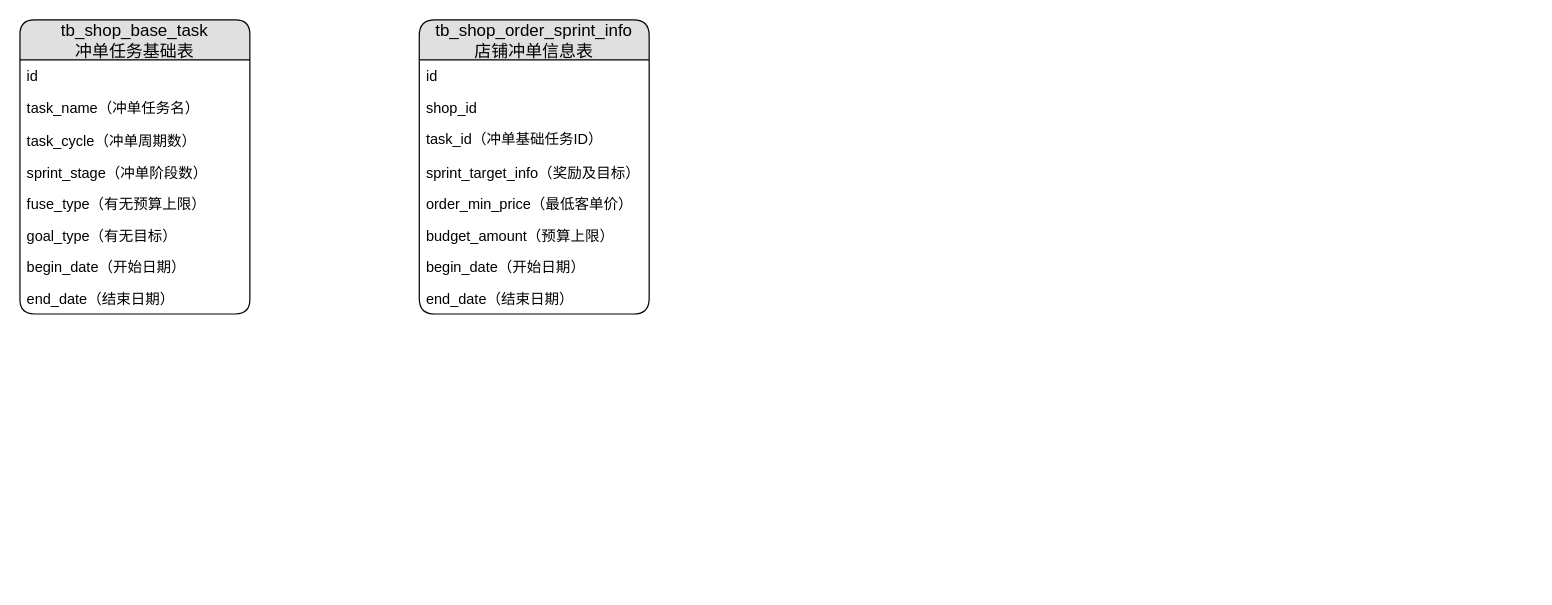
The draw.io diagram page "ER图" (5 of 5) of 疫情春保.drawio in jon-kong/draw.io, before the edit. Source tidied: cells renumbered, new cells numbered last; positions are measured from the earlier drawing's top-left corner, leaving out a move shared by most shapes. Both pictures are drawn from the tidied source at 121%, with x=0, y=0 at pixel (19, 19).
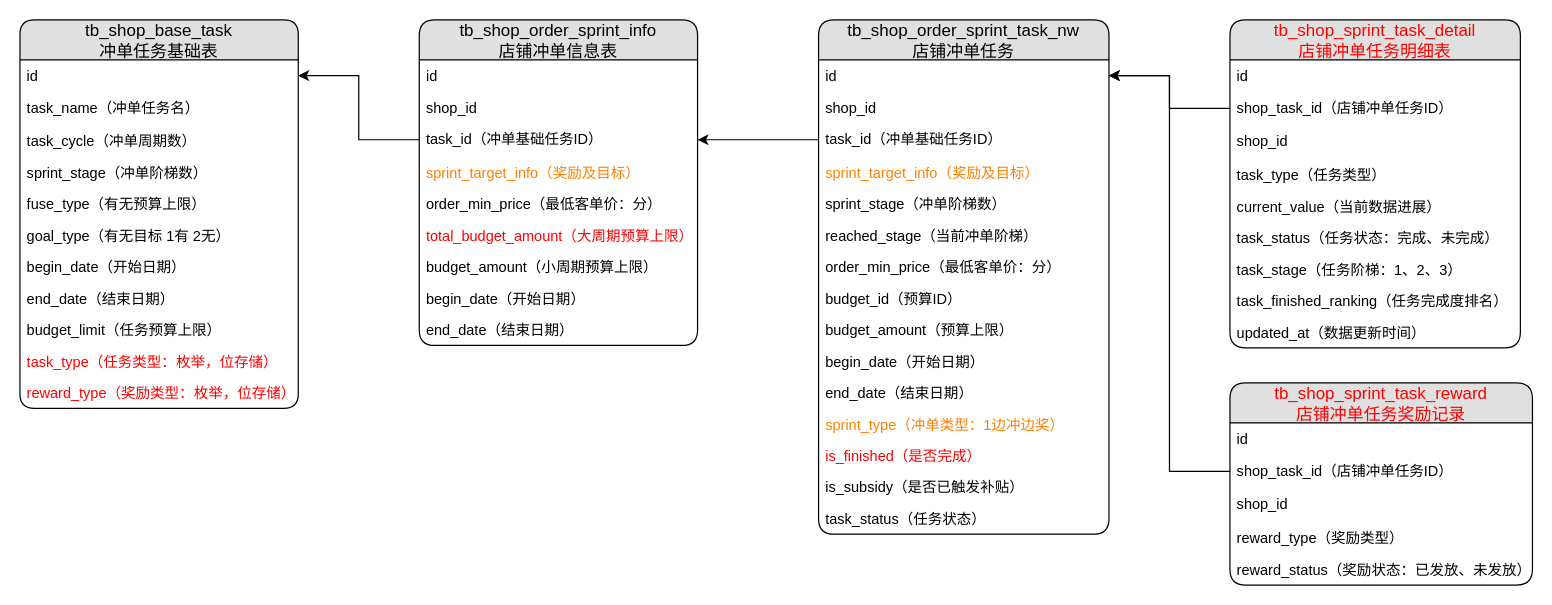
The same page after the edit.

The edit, as a diff of the source:
```diff
@@
     <mxCell id="2" value="tb_shop_base_task&#10;冲单任务基础表" style="swimlane;fontStyle=0;horizontal=1;startSize=33;fillColor=#e0e0e0;swimlaneFillColor=#ffffff;align=center;fontSize=14;rounded=1;arcSize=12;" parent="1" vertex="1">
-      <mxGeometry width="190" height="243" as="geometry" />
+      <mxGeometry width="230" height="321" as="geometry" />
     </mxCell>
     <mxCell id="3" value="id" style="text;strokeColor=none;fillColor=none;spacingLeft=4;spacingRight=4;overflow=hidden;points=[[0,0.5],[1,0.5]];portConstraint=eastwest;fontSize=12;" parent="2" vertex="1">
-      <mxGeometry y="33" width="190" height="26" as="geometry" />
+      <mxGeometry y="33" width="230" height="26" as="geometry" />
     </mxCell>
     <mxCell id="4" value="task_name（冲单任务名）" style="text;strokeColor=none;fillColor=none;spacingLeft=4;spacingRight=4;overflow=hidden;fontSize=12;" parent="2" vertex="1">
-      <mxGeometry y="59" width="190" height="28" as="geometry" />
+      <mxGeometry y="59" width="230" height="28" as="geometry" />
     </mxCell>
     <mxCell id="5" value="task_cycle（冲单周期数）&#10;" style="text;strokeColor=none;fillColor=none;spacingLeft=4;spacingRight=4;overflow=hidden;fontSize=12;" parent="2" vertex="1">
-      <mxGeometry y="87" width="190" height="26" as="geometry" />
+      <mxGeometry y="87" width="230" height="26" as="geometry" />
     </mxCell>
-    <mxCell id="6" value="sprint_stage（冲单阶段数）&#10;" style="text;strokeColor=none;fillColor=none;spacingLeft=4;spacingRight=4;overflow=hidden;fontSize=12;" parent="2" vertex="1">
-      <mxGeometry y="113" width="190" height="26" as="geometry" />
+    <mxCell id="6" value="sprint_stage（冲单阶梯数）&#10;" style="text;strokeColor=none;fillColor=none;spacingLeft=4;spacingRight=4;overflow=hidden;fontSize=12;" parent="2" vertex="1">
+      <mxGeometry y="113" width="230" height="26" as="geometry" />
     </mxCell>
     <mxCell id="7" value="fuse_type（有无预算上限）" style="text;strokeColor=none;fillColor=none;spacingLeft=4;spacingRight=4;overflow=hidden;fontSize=12;" parent="2" vertex="1">
-      <mxGeometry y="139" width="190" height="26" as="geometry" />
+      <mxGeometry y="139" width="230" height="26" as="geometry" />
     </mxCell>
-    <mxCell id="8" value="goal_type（有无目标）" style="text;strokeColor=none;fillColor=none;spacingLeft=4;spacingRight=4;overflow=hidden;fontSize=12;" parent="2" vertex="1">
-      <mxGeometry y="165" width="190" height="26" as="geometry" />
+    <mxCell id="8" value="goal_type（有无目标 1有 2无）" style="text;strokeColor=none;fillColor=none;spacingLeft=4;spacingRight=4;overflow=hidden;fontSize=12;" parent="2" vertex="1">
+      <mxGeometry y="165" width="230" height="26" as="geometry" />
     </mxCell>
     <mxCell id="9" value="begin_date（开始日期）" style="text;strokeColor=none;fillColor=none;spacingLeft=4;spacingRight=4;overflow=hidden;fontSize=12;" parent="2" vertex="1">
-      <mxGeometry y="191" width="190" height="26" as="geometry" />
+      <mxGeometry y="191" width="230" height="26" as="geometry" />
     </mxCell>
     <mxCell id="10" value="end_date（结束日期）" style="text;strokeColor=none;fillColor=none;spacingLeft=4;spacingRight=4;overflow=hidden;fontSize=12;" parent="2" vertex="1">
-      <mxGeometry y="217" width="190" height="26" as="geometry" />
+      <mxGeometry y="217" width="230" height="26" as="geometry" />
     </mxCell>
+    <mxCell id="20" value="budget_limit（任务预算上限）" style="text;strokeColor=none;fillColor=none;spacingLeft=4;spacingRight=4;overflow=hidden;fontSize=12;" parent="2" vertex="1">
+      <mxGeometry y="243" width="230" height="26" as="geometry" />
+    </mxCell>
+    <mxCell id="21" value="task_type（任务类型：枚举，位存储）" style="text;strokeColor=none;fillColor=none;spacingLeft=4;spacingRight=4;overflow=hidden;fontSize=12;fontColor=#FF0000;" parent="2" vertex="1">
+      <mxGeometry y="269" width="230" height="26" as="geometry" />
+    </mxCell>
+    <mxCell id="22" value="reward_type（奖励类型：枚举，位存储）" style="text;strokeColor=none;fillColor=none;spacingLeft=4;spacingRight=4;overflow=hidden;fontSize=12;fontColor=#FF0000;" parent="2" vertex="1">
+      <mxGeometry y="295" width="230" height="26" as="geometry" />
+    </mxCell>
     <mxCell id="11" value="tb_shop_order_sprint_info&#10;店铺冲单信息表" style="swimlane;fontStyle=0;horizontal=1;startSize=33;fillColor=#e0e0e0;swimlaneFillColor=#ffffff;align=center;fontSize=14;rounded=1;arcSize=13;" parent="1" vertex="1">
-      <mxGeometry x="330" width="190" height="243" as="geometry" />
+      <mxGeometry x="330" width="230" height="269" as="geometry" />
     </mxCell>
     <mxCell id="12" value="id" style="text;strokeColor=none;fillColor=none;spacingLeft=4;spacingRight=4;overflow=hidden;fontSize=12;" parent="11" vertex="1">
-      <mxGeometry y="33" width="190" height="26" as="geometry" />
+      <mxGeometry y="33" width="230" height="26" as="geometry" />
     </mxCell>
     <mxCell id="13" value="shop_id" style="text;strokeColor=none;fillColor=none;spacingLeft=4;spacingRight=4;overflow=hidden;fontSize=12;" parent="11" vertex="1">
-      <mxGeometry y="59" width="190" height="26" as="geometry" />
+      <mxGeometry y="59" width="230" height="26" as="geometry" />
     </mxCell>
     <mxCell id="14" value="task_id（冲单基础任务ID）" style="text;strokeColor=none;fillColor=none;spacingLeft=4;spacingRight=4;overflow=hidden;points=[[0,0.5],[1,0.5]];portConstraint=eastwest;fontSize=12;" parent="11" vertex="1">
-      <mxGeometry y="85" width="190" height="28" as="geometry" />
+      <mxGeometry y="85" width="230" height="28" as="geometry" />
     </mxCell>
-    <mxCell id="15" value="sprint_target_info（奖励及目标）" style="text;strokeColor=none;fillColor=none;spacingLeft=4;spacingRight=4;overflow=hidden;fontSize=12;" parent="11" vertex="1">
-      <mxGeometry y="113" width="190" height="26" as="geometry" />
+    <mxCell id="15" value="sprint_target_info（奖励及目标）" style="text;strokeColor=none;fillColor=none;spacingLeft=4;spacingRight=4;overflow=hidden;fontSize=12;fontColor=#FF8000;" parent="11" vertex="1">
+      <mxGeometry y="113" width="230" height="26" as="geometry" />
     </mxCell>
-    <mxCell id="16" value="order_min_price（最低客单价）" style="text;strokeColor=none;fillColor=none;spacingLeft=4;spacingRight=4;overflow=hidden;fontSize=12;" parent="11" vertex="1">
-      <mxGeometry y="139" width="190" height="26" as="geometry" />
+    <mxCell id="16" value="order_min_price（最低客单价：分）" style="text;strokeColor=none;fillColor=none;spacingLeft=4;spacingRight=4;overflow=hidden;fontSize=12;" parent="11" vertex="1">
+      <mxGeometry y="139" width="230" height="26" as="geometry" />
     </mxCell>
-    <mxCell id="17" value="budget_amount（预算上限）" style="text;strokeColor=none;fillColor=none;spacingLeft=4;spacingRight=4;overflow=hidden;fontSize=12;" parent="11" vertex="1">
-      <mxGeometry y="165" width="190" height="26" as="geometry" />
+    <mxCell id="17" value="total_budget_amount（大周期预算上限）" style="text;strokeColor=none;fillColor=none;spacingLeft=4;spacingRight=4;overflow=hidden;fontSize=12;fontColor=#FF0000;" parent="11" vertex="1">
+      <mxGeometry y="165" width="230" height="26" as="geometry" />
     </mxCell>
+    <mxCell id="23" value="budget_amount（小周期预算上限）" style="text;strokeColor=none;fillColor=none;spacingLeft=4;spacingRight=4;overflow=hidden;fontSize=12;" parent="11" vertex="1">
+      <mxGeometry y="191" width="230" height="26" as="geometry" />
+    </mxCell>
     <mxCell id="18" value="begin_date（开始日期）" style="text;strokeColor=none;fillColor=none;spacingLeft=4;spacingRight=4;overflow=hidden;fontSize=12;" parent="11" vertex="1">
-      <mxGeometry y="191" width="190" height="26" as="geometry" />
+      <mxGeometry y="217" width="230" height="26" as="geometry" />
     </mxCell>
     <mxCell id="19" value="end_date（结束日期）" style="text;strokeColor=none;fillColor=none;spacingLeft=4;spacingRight=4;overflow=hidden;fontSize=12;" parent="11" vertex="1">
-      <mxGeometry y="217" width="190" height="26" as="geometry" />
+      <mxGeometry y="243" width="230" height="26" as="geometry" />
     </mxCell>
+    <mxCell id="24" value="tb_shop_order_sprint_task_nw&#10;店铺冲单任务" style="swimlane;fontStyle=0;horizontal=1;startSize=33;fillColor=#e0e0e0;swimlaneFillColor=#ffffff;align=center;fontSize=14;rounded=1;arcSize=13;" parent="1" vertex="1">
+      <mxGeometry x="660" width="240" height="425" as="geometry" />
+    </mxCell>
+    <mxCell id="25" value="id" style="text;strokeColor=none;fillColor=none;spacingLeft=4;spacingRight=4;overflow=hidden;points=[[0,0.5],[1,0.5]];portConstraint=eastwest;fontSize=12;" parent="24" vertex="1">
+      <mxGeometry y="33" width="240" height="26" as="geometry" />
+    </mxCell>
+    <mxCell id="26" value="shop_id" style="text;strokeColor=none;fillColor=none;spacingLeft=4;spacingRight=4;overflow=hidden;fontSize=12;" parent="24" vertex="1">
+      <mxGeometry y="59" width="240" height="26" as="geometry" />
+    </mxCell>
+    <mxCell id="27" value="task_id（冲单基础任务ID）" style="text;strokeColor=none;fillColor=none;spacingLeft=4;spacingRight=4;overflow=hidden;points=[[0,0.5],[1,0.5]];portConstraint=eastwest;fontSize=12;" parent="24" vertex="1">
+      <mxGeometry y="85" width="240" height="28" as="geometry" />
+    </mxCell>
+    <mxCell id="28" value="sprint_target_info（奖励及目标）" style="text;strokeColor=none;fillColor=none;spacingLeft=4;spacingRight=4;overflow=hidden;fontSize=12;fontColor=#FF8000;" parent="24" vertex="1">
+      <mxGeometry y="113" width="240" height="26" as="geometry" />
+    </mxCell>
+    <mxCell id="29" value="sprint_stage（冲单阶梯数）" style="text;strokeColor=none;fillColor=none;spacingLeft=4;spacingRight=4;overflow=hidden;fontSize=12;" parent="24" vertex="1">
+      <mxGeometry y="139" width="240" height="26" as="geometry" />
+    </mxCell>
+    <mxCell id="30" value="reached_stage（当前冲单阶梯）" style="text;strokeColor=none;fillColor=none;spacingLeft=4;spacingRight=4;overflow=hidden;fontSize=12;" parent="24" vertex="1">
+      <mxGeometry y="165" width="240" height="26" as="geometry" />
+    </mxCell>
+    <mxCell id="31" value="order_min_price（最低客单价：分）" style="text;strokeColor=none;fillColor=none;spacingLeft=4;spacingRight=4;overflow=hidden;fontSize=12;" parent="24" vertex="1">
+      <mxGeometry y="191" width="240" height="26" as="geometry" />
+    </mxCell>
+    <mxCell id="32" value="budget_id（预算ID）" style="text;strokeColor=none;fillColor=none;spacingLeft=4;spacingRight=4;overflow=hidden;fontSize=12;" parent="24" vertex="1">
+      <mxGeometry y="217" width="240" height="26" as="geometry" />
+    </mxCell>
+    <mxCell id="33" value="budget_amount（预算上限）" style="text;strokeColor=none;fillColor=none;spacingLeft=4;spacingRight=4;overflow=hidden;fontSize=12;" parent="24" vertex="1">
+      <mxGeometry y="243" width="240" height="26" as="geometry" />
+    </mxCell>
+    <mxCell id="34" value="begin_date（开始日期）" style="text;strokeColor=none;fillColor=none;spacingLeft=4;spacingRight=4;overflow=hidden;fontSize=12;" parent="24" vertex="1">
+      <mxGeometry y="269" width="240" height="26" as="geometry" />
+    </mxCell>
+    <mxCell id="35" value="end_date（结束日期）" style="text;strokeColor=none;fillColor=none;spacingLeft=4;spacingRight=4;overflow=hidden;fontSize=12;" parent="24" vertex="1">
+      <mxGeometry y="295" width="240" height="26" as="geometry" />
+    </mxCell>
+    <mxCell id="36" value="sprint_type（冲单类型：1边冲边奖）" style="text;strokeColor=none;fillColor=none;spacingLeft=4;spacingRight=4;overflow=hidden;fontSize=12;fontColor=#FF8000;" parent="24" vertex="1">
+      <mxGeometry y="321" width="240" height="26" as="geometry" />
+    </mxCell>
+    <mxCell id="37" value="is_finished（是否完成）" style="text;strokeColor=none;fillColor=none;spacingLeft=4;spacingRight=4;overflow=hidden;fontSize=12;fontColor=#FF0000;" parent="24" vertex="1">
+      <mxGeometry y="347" width="240" height="26" as="geometry" />
+    </mxCell>
+    <mxCell id="38" value="is_subsidy（是否已触发补贴）" style="text;strokeColor=none;fillColor=none;spacingLeft=4;spacingRight=4;overflow=hidden;fontSize=12;" parent="24" vertex="1">
+      <mxGeometry y="373" width="240" height="26" as="geometry" />
+    </mxCell>
+    <mxCell id="39" value="task_status（任务状态）" style="text;strokeColor=none;fillColor=none;spacingLeft=4;spacingRight=4;overflow=hidden;fontSize=12;" parent="24" vertex="1">
+      <mxGeometry y="399" width="240" height="26" as="geometry" />
+    </mxCell>
+    <mxCell id="40" style="edgeStyle=orthogonalEdgeStyle;rounded=0;jettySize=auto;html=1;exitX=0;exitY=0.5;exitDx=0;exitDy=0;entryX=1;entryY=0.5;entryDx=0;entryDy=0;fontColor=#FF8000;" parent="1" edge="1" source="14" target="3">
+      <mxGeometry relative="1" as="geometry" />
+    </mxCell>
+    <mxCell id="41" style="edgeStyle=orthogonalEdgeStyle;rounded=0;jettySize=auto;html=1;exitX=0;exitY=0.5;exitDx=0;exitDy=0;entryX=1;entryY=0.5;entryDx=0;entryDy=0;fontColor=#FF8000;" parent="1" edge="1" source="27" target="14">
+      <mxGeometry relative="1" as="geometry" />
+    </mxCell>
+    <mxCell id="42" value="tb_shop_sprint_task_detail&#10;店铺冲单任务明细表" style="swimlane;fontStyle=0;horizontal=1;startSize=33;fillColor=#e0e0e0;swimlaneFillColor=#ffffff;align=center;fontSize=14;rounded=1;arcSize=13;fontColor=#FF0000;" parent="1" vertex="1">
+      <mxGeometry x="1000" width="240" height="271" as="geometry" />
+    </mxCell>
+    <mxCell id="43" value="id" style="text;strokeColor=none;fillColor=none;spacingLeft=4;spacingRight=4;overflow=hidden;fontSize=12;" parent="42" vertex="1">
+      <mxGeometry y="33" width="240" height="26" as="geometry" />
+    </mxCell>
+    <mxCell id="44" value="shop_task_id（店铺冲单任务ID）" style="text;strokeColor=none;fillColor=none;spacingLeft=4;spacingRight=4;overflow=hidden;points=[[0,0.5],[1,0.5]];portConstraint=eastwest;fontSize=12;" parent="42" vertex="1">
+      <mxGeometry y="59" width="240" height="28" as="geometry" />
+    </mxCell>
+    <mxCell id="45" value="shop_id" style="text;strokeColor=none;fillColor=none;spacingLeft=4;spacingRight=4;overflow=hidden;fontSize=12;" parent="42" vertex="1">
+      <mxGeometry y="87" width="240" height="28" as="geometry" />
+    </mxCell>
+    <mxCell id="46" value="task_type（任务类型）" style="text;strokeColor=none;fillColor=none;spacingLeft=4;spacingRight=4;overflow=hidden;fontSize=12;" parent="42" vertex="1">
+      <mxGeometry y="115" width="240" height="26" as="geometry" />
+    </mxCell>
+    <mxCell id="47" value="current_value（当前数据进展）" style="text;strokeColor=none;fillColor=none;spacingLeft=4;spacingRight=4;overflow=hidden;fontSize=12;" parent="42" vertex="1">
+      <mxGeometry y="141" width="240" height="26" as="geometry" />
+    </mxCell>
+    <mxCell id="48" value="task_status（任务状态：完成、未完成）" style="text;strokeColor=none;fillColor=none;spacingLeft=4;spacingRight=4;overflow=hidden;fontSize=12;" parent="42" vertex="1">
+      <mxGeometry y="167" width="240" height="26" as="geometry" />
+    </mxCell>
+    <mxCell id="49" value="task_stage（任务阶梯：1、2、3）" style="text;strokeColor=none;fillColor=none;spacingLeft=4;spacingRight=4;overflow=hidden;fontSize=12;" parent="42" vertex="1">
+      <mxGeometry y="193" width="240" height="26" as="geometry" />
+    </mxCell>
+    <mxCell id="50" value="task_finished_ranking（任务完成度排名）" style="text;strokeColor=none;fillColor=none;spacingLeft=4;spacingRight=4;overflow=hidden;fontSize=12;" parent="42" vertex="1">
+      <mxGeometry y="219" width="240" height="26" as="geometry" />
+    </mxCell>
+    <mxCell id="51" value="updated_at（数据更新时间）" style="text;strokeColor=none;fillColor=none;spacingLeft=4;spacingRight=4;overflow=hidden;fontSize=12;" parent="42" vertex="1">
+      <mxGeometry y="245" width="240" height="26" as="geometry" />
+    </mxCell>
+    <mxCell id="52" style="edgeStyle=orthogonalEdgeStyle;rounded=0;jettySize=auto;html=1;exitX=0;exitY=0.5;exitDx=0;exitDy=0;entryX=1;entryY=0.5;entryDx=0;entryDy=0;fontColor=#FF8000;" parent="1" edge="1" source="44" target="25">
+      <mxGeometry relative="1" as="geometry" />
+    </mxCell>
+    <mxCell id="53" value="tb_shop_sprint_task_reward&#10;店铺冲单任务奖励记录" style="swimlane;fontStyle=0;horizontal=1;startSize=33;fillColor=#e0e0e0;swimlaneFillColor=#ffffff;align=center;fontSize=14;rounded=1;arcSize=13;fontColor=#FF0000;" parent="1" vertex="1">
+      <mxGeometry x="1000" y="300" width="250" height="167" as="geometry" />
+    </mxCell>
+    <mxCell id="54" value="id" style="text;strokeColor=none;fillColor=none;spacingLeft=4;spacingRight=4;overflow=hidden;fontSize=12;" parent="53" vertex="1">
+      <mxGeometry y="33" width="250" height="26" as="geometry" />
+    </mxCell>
+    <mxCell id="55" value="shop_task_id（店铺冲单任务ID）" style="text;strokeColor=none;fillColor=none;spacingLeft=4;spacingRight=4;overflow=hidden;points=[[0,0.5],[1,0.5]];portConstraint=eastwest;fontSize=12;" parent="53" vertex="1">
+      <mxGeometry y="59" width="250" height="28" as="geometry" />
+    </mxCell>
+    <mxCell id="56" value="shop_id" style="text;strokeColor=none;fillColor=none;spacingLeft=4;spacingRight=4;overflow=hidden;fontSize=12;" parent="53" vertex="1">
+      <mxGeometry y="87" width="250" height="28" as="geometry" />
+    </mxCell>
+    <mxCell id="57" value="reward_type（奖励类型）" style="text;strokeColor=none;fillColor=none;spacingLeft=4;spacingRight=4;overflow=hidden;fontSize=12;" parent="53" vertex="1">
+      <mxGeometry y="115" width="250" height="26" as="geometry" />
+    </mxCell>
+    <mxCell id="58" value="reward_status（奖励状态：已发放、未发放）" style="text;strokeColor=none;fillColor=none;spacingLeft=4;spacingRight=4;overflow=hidden;fontSize=12;" parent="53" vertex="1">
+      <mxGeometry y="141" width="250" height="26" as="geometry" />
+    </mxCell>
+    <mxCell id="59" style="edgeStyle=orthogonalEdgeStyle;rounded=0;jettySize=auto;html=1;exitX=0;exitY=0.5;exitDx=0;exitDy=0;entryX=1;entryY=0.5;entryDx=0;entryDy=0;fontColor=#FF0000;" parent="1" edge="1" source="55" target="25">
+      <mxGeometry relative="1" as="geometry" />
+    </mxCell>
```
